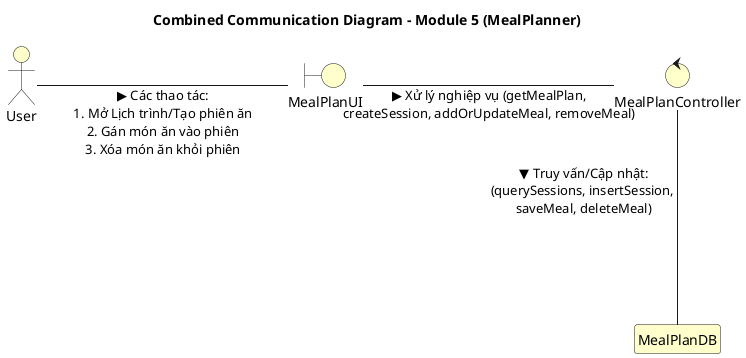
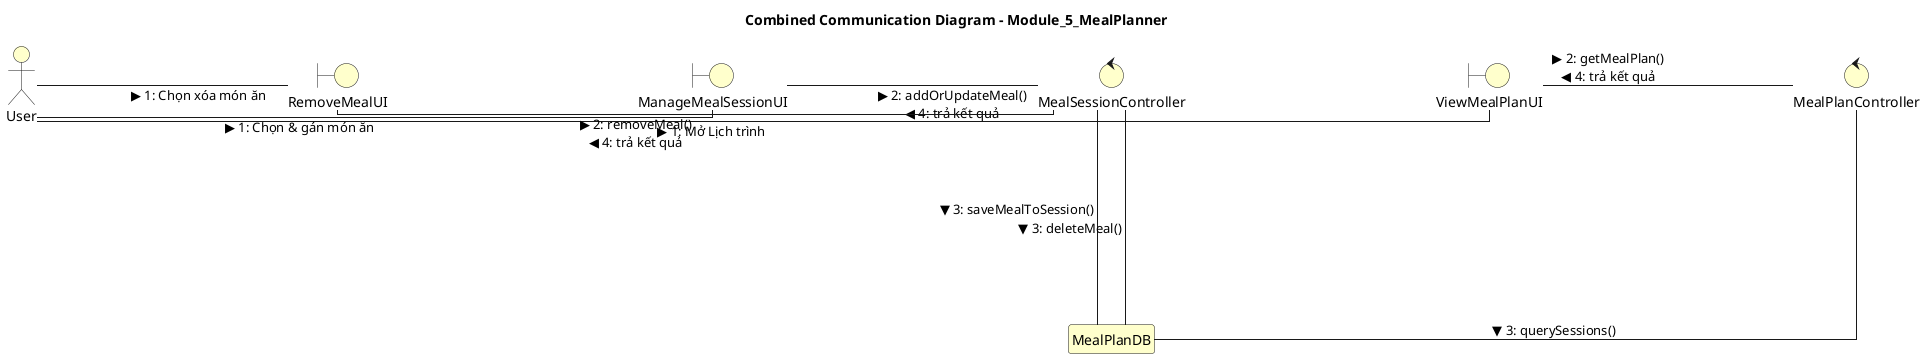
@startuml
- title Combined Communication Diagram - Module 5 (MealPlanner)
+ title Combined Communication Diagram - Module_5_MealPlanner

' Cấu hình nét thẳng và tắt đổ bóng
skinparam linetype ortho
skinparam shadowing false

' Tăng khoảng cách mặc định lên cao để tạo không gian rộng rãi
skinparam nodesep 250
skinparam ranksep 200
skinparam defaultTextAlignment center

' Xóa bỏ vòng tròn phân loại (E) và làm sạch bên trong khối
hide circle
hide empty members

' Cấu hình đồng bộ màu vàng
skinparam {
    ActorBackgroundColor #FFFFCC
    BoundaryBackgroundColor #FFFFCC
    ControlBackgroundColor #FFFFCC
    EntityBackgroundColor #FFFFCC
    ClassBackgroundColor #FFFFCC
}

allow_mixing
- actor "User" as Actor
- boundary "MealPlanUI" as UI
- control "MealPlanController" as Controller
- entity "MealPlanDB" as Entity

- Actor -right--- UI : " ▶ Các thao tác: \n1. Mở Lịch trình/Tạo phiên ăn\n2. Gán món ăn vào phiên\n3. Xóa món ăn khỏi phiên"
- UI -right---- Controller : " ▶ Xử lý nghiệp vụ (getMealPlan, \ncreateSession, addOrUpdateMeal, removeMeal)"
- Controller -down- Entity : " ▼ Truy vấn/Cập nhật: \n(querySessions, insertSession, \nsaveMeal, deleteMeal)"
+ actor "User" as User_Alias
+ boundary "ViewMealPlanUI" as ViewMealPlanUI_Alias
+ control "MealPlanController" as MealPlanController_Alias
+ entity "MealPlanDB" as MealPlanDB_Alias
+ boundary "ManageMealSessionUI" as ManageMealSessionUI_Alias
+ control "MealSessionController" as MealSessionController_Alias
+ boundary "RemoveMealUI" as RemoveMealUI_Alias
+ 
+ User_Alias -right--- ViewMealPlanUI_Alias  : " ▶ 1: Mở Lịch trình "
+ ViewMealPlanUI_Alias -right---- MealPlanController_Alias  : " ▶ 2: getMealPlan() \n ◀ 4: trả kết quả "
+ MealPlanController_Alias -down- MealPlanDB_Alias  : " ▼ 3: querySessions() "
+ User_Alias -right--- ManageMealSessionUI_Alias  : " ▶ 1: Chọn & gán món ăn "
+ ManageMealSessionUI_Alias -right---- MealSessionController_Alias  : " ▶ 2: addOrUpdateMeal() \n ◀ 4: trả kết quả "
+ MealSessionController_Alias -down- MealPlanDB_Alias  : " ▼ 3: saveMealToSession() "
+ User_Alias -right--- RemoveMealUI_Alias  : " ▶ 1: Chọn xóa món ăn "
+ RemoveMealUI_Alias -right---- MealSessionController_Alias  : " ▶ 2: removeMeal() \n ◀ 4: trả kết quả "
+ MealSessionController_Alias -down- MealPlanDB_Alias  : " ▼ 3: deleteMeal() "
+ 
@enduml
